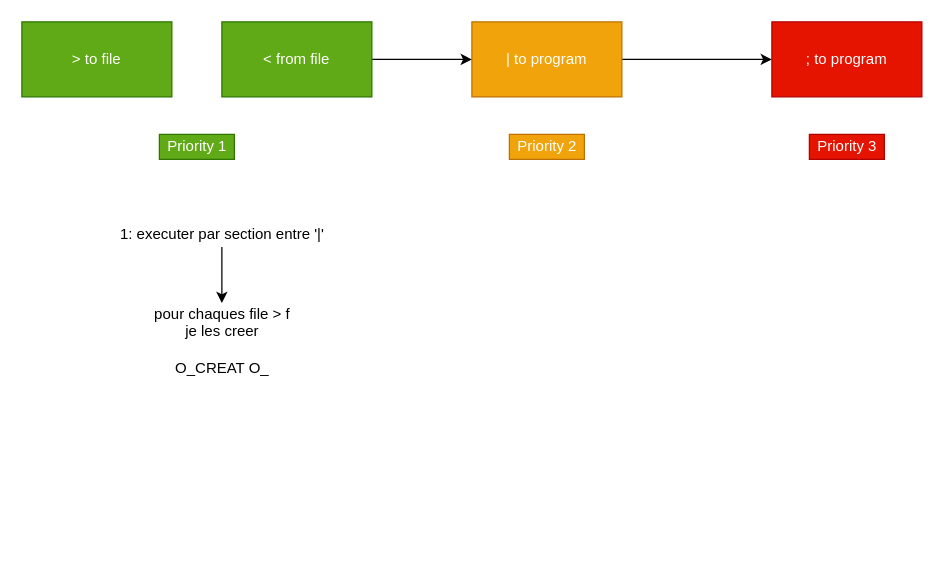
Before: graph.drawio in fbuthod/minishell, a draw.io diagram. Source tidied: cells renumbered, new cells numbered last; positions are measured from the earlier drawing's top-left corner, leaving out a move shared by most shapes. Both pictures are drawn from the tidied source at 125%, with x=0, y=0 at pixel (21, 21).
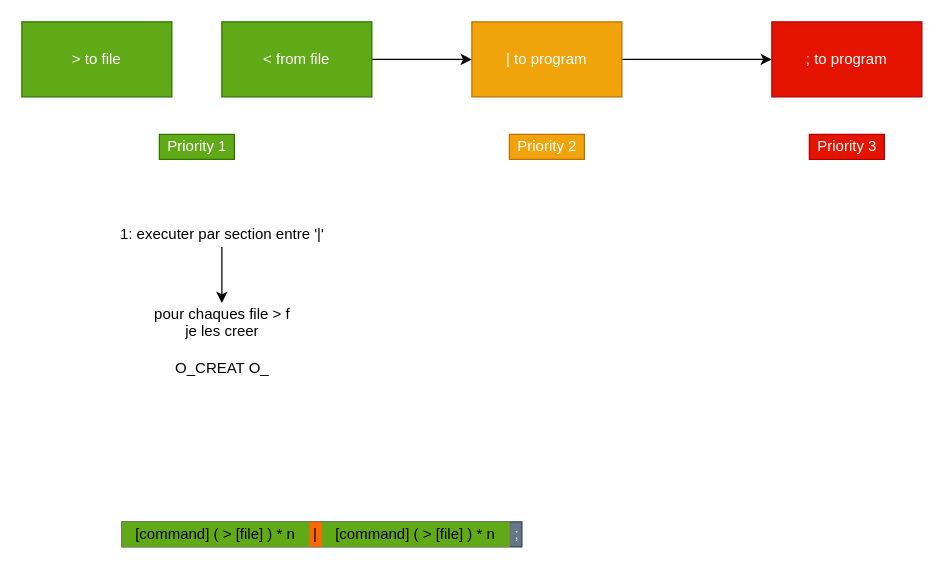
Above is the later version.

Change to the diagram source:
```diff
@@
 <mxGraphModel>
   <root>
     <mxCell id="0" />
     <mxCell id="1" parent="0" />
+    <mxCell id="15" value=";" style="rounded=0;whiteSpace=wrap;html=1;fillColor=#647687;strokeColor=#314354;fontColor=#ffffff;align=right;" parent="1" vertex="1">
+      <mxGeometry x="80" y="400" width="320" height="20" as="geometry" />
+    </mxCell>
+    <mxCell id="16" value="|" style="rounded=0;whiteSpace=wrap;html=1;fillColor=#fa6800;strokeColor=none;fontColor=#000000;" parent="1" vertex="1">
+      <mxGeometry x="80" y="400" width="310" height="20" as="geometry" />
+    </mxCell>
     <mxCell id="2" value="&amp;gt; to file&lt;br&gt;" style="rounded=0;whiteSpace=wrap;html=1;fillColor=#60a917;strokeColor=#2D7600;fontColor=#ffffff;" parent="1" vertex="1">
       <mxGeometry width="120" height="60" as="geometry" />
     </mxCell>
     <mxCell id="3" style="edgeStyle=orthogonalEdgeStyle;rounded=0;jettySize=auto;html=1;exitX=1;exitY=0.5;exitDx=0;exitDy=0;entryX=0;entryY=0.5;entryDx=0;entryDy=0;" parent="1" edge="1" source="4" target="10">
       <mxGeometry relative="1" as="geometry" />
     </mxCell>
     <mxCell id="4" value="| to program" style="rounded=0;whiteSpace=wrap;html=1;fillColor=#f0a30a;strokeColor=#BD7000;fontColor=#ffffff;" parent="1" vertex="1">
       <mxGeometry x="360" width="120" height="60" as="geometry" />
     </mxCell>
     <mxCell id="5" style="edgeStyle=orthogonalEdgeStyle;rounded=0;jettySize=auto;html=1;exitX=1;exitY=0.5;exitDx=0;exitDy=0;entryX=0;entryY=0.5;entryDx=0;entryDy=0;" parent="1" edge="1" source="6" target="4">
       <mxGeometry relative="1" as="geometry" />
     </mxCell>
     <mxCell id="6" value="&amp;lt; from file" style="rounded=0;whiteSpace=wrap;html=1;fillColor=#60a917;strokeColor=#2D7600;fontColor=#ffffff;" parent="1" vertex="1">
       <mxGeometry x="160" width="120" height="60" as="geometry" />
     </mxCell>
     <mxCell id="7" style="edgeStyle=orthogonalEdgeStyle;rounded=0;orthogonalLoop=1;jettySize=auto;html=1;" parent="1" edge="1">
       <mxGeometry relative="1" as="geometry">
         <mxPoint x="183" y="370" as="sourcePoint" />
       </mxGeometry>
     </mxCell>
     <mxCell id="8" value="Priority 1" style="text;html=1;align=center;verticalAlign=middle;fillColor=#60a917;strokeColor=#2D7600;fontColor=#ffffff;" parent="1" vertex="1">
       <mxGeometry x="110" y="90" width="60" height="20" as="geometry" />
     </mxCell>
     <mxCell id="9" value="Priority 2" style="text;html=1;align=center;verticalAlign=middle;fillColor=#f0a30a;strokeColor=#BD7000;fontColor=#ffffff;" parent="1" vertex="1">
       <mxGeometry x="390" y="90" width="60" height="20" as="geometry" />
     </mxCell>
     <mxCell id="10" value="; to program" style="rounded=0;whiteSpace=wrap;html=1;fillColor=#e51400;strokeColor=#B20000;fontColor=#ffffff;" parent="1" vertex="1">
       <mxGeometry x="600" width="120" height="60" as="geometry" />
     </mxCell>
     <mxCell id="11" value="Priority 3" style="text;html=1;align=center;verticalAlign=middle;fillColor=#e51400;strokeColor=#B20000;fontColor=#ffffff;" parent="1" vertex="1">
       <mxGeometry x="630" y="90" width="60" height="20" as="geometry" />
     </mxCell>
     <mxCell id="12" style="edgeStyle=orthogonalEdgeStyle;rounded=0;jettySize=auto;html=1;" parent="1" edge="1" source="13" target="14">
       <mxGeometry relative="1" as="geometry" />
     </mxCell>
     <mxCell id="13" value="1: executer par section entre '|'" style="text;html=1;align=center;verticalAlign=middle;points=[];" parent="1" vertex="1">
       <mxGeometry x="70" y="160" width="180" height="20" as="geometry" />
     </mxCell>
     <mxCell id="14" value="pour chaques file &amp;gt; f&lt;br&gt;je les creer&lt;br&gt;&lt;br&gt;O_CREAT O_" style="text;html=1;align=center;verticalAlign=middle;points=[];" parent="1" vertex="1">
       <mxGeometry x="100" y="225" width="120" height="60" as="geometry" />
     </mxCell>
+    <mxCell id="17" value="[command] ( &amp;gt; [file] ) * n" style="rounded=0;whiteSpace=wrap;html=1;fillColor=#60a917;strokeColor=none;fontColor=#000000;" parent="1" vertex="1">
+      <mxGeometry x="80" y="400" width="150" height="20" as="geometry" />
+    </mxCell>
+    <mxCell id="18" value="[command] ( &amp;gt; [file] ) * n" style="rounded=0;whiteSpace=wrap;html=1;fillColor=#60a917;strokeColor=none;fontColor=#000000;" parent="1" vertex="1">
+      <mxGeometry x="240" y="400" width="150" height="20" as="geometry" />
+    </mxCell>
   </root>
 </mxGraphModel>
```
